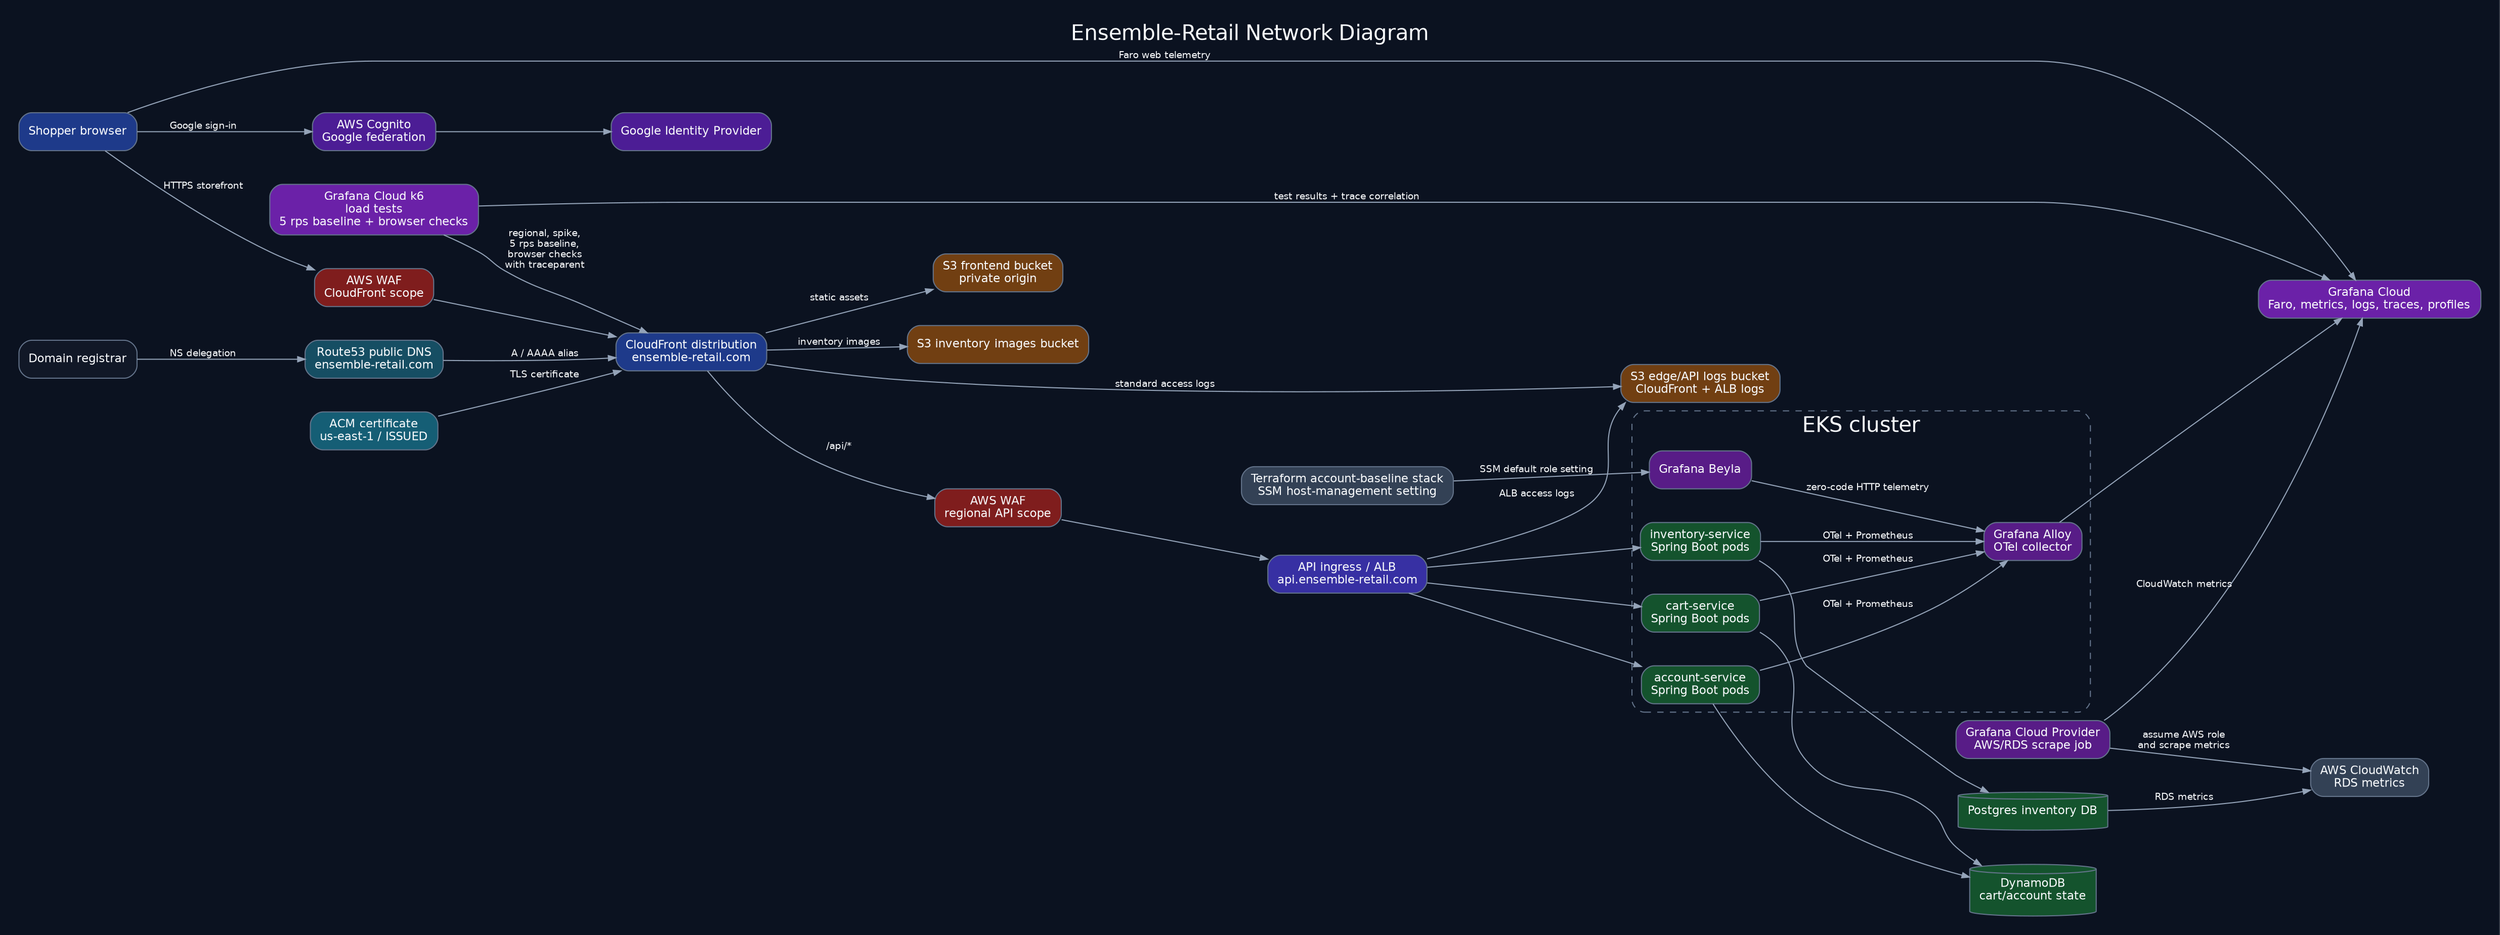
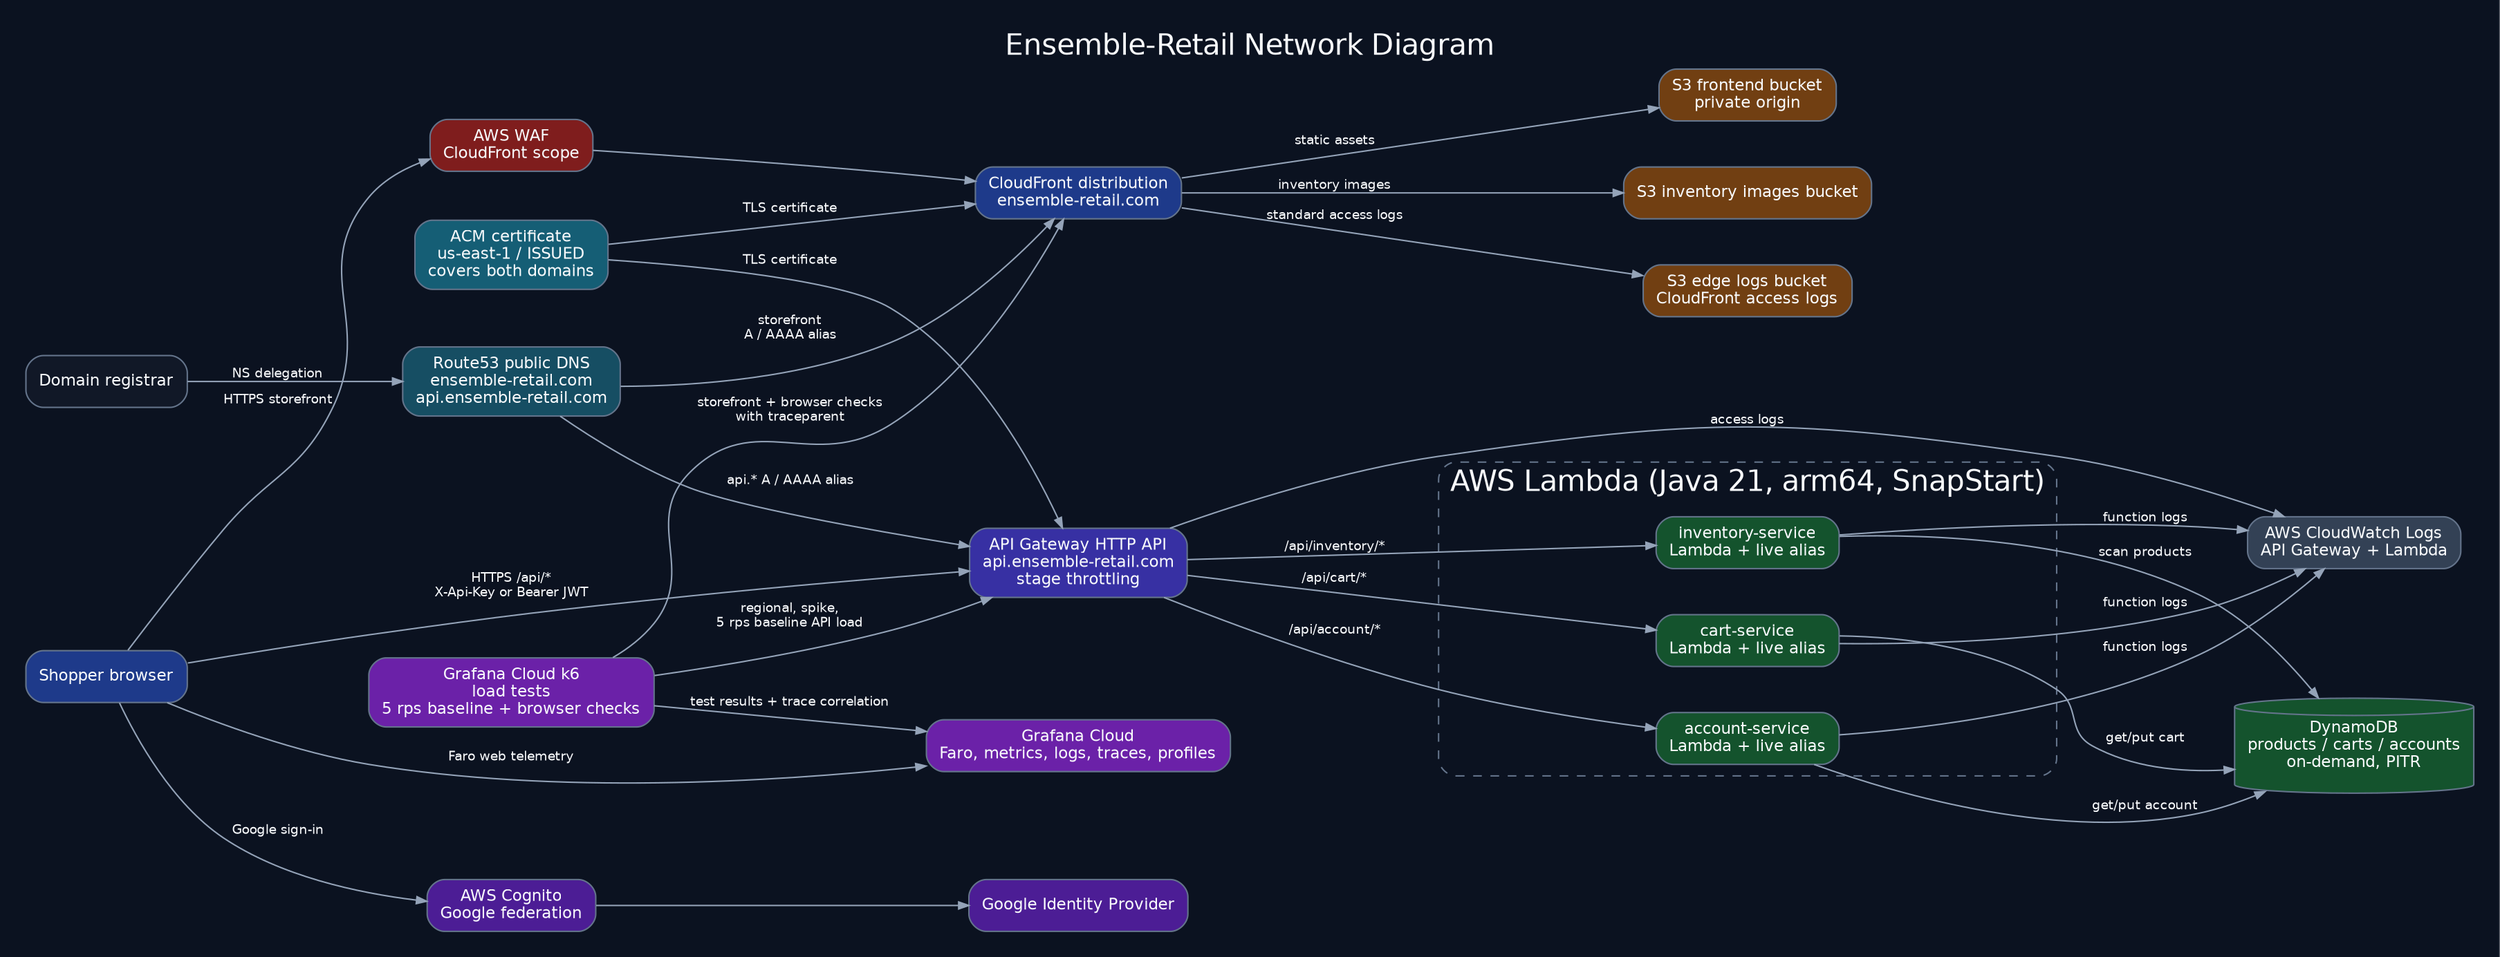
digraph network_diagram {
  rankdir=LR;
  label="Ensemble-Retail Network Diagram";

  graph [
    fontname="Helvetica",
    fontsize=20,
    labelloc=t,
    bgcolor="#0b1220",
    fontcolor="#f8fafc",
    pad=0.25,
    nodesep=0.45,
    ranksep=0.7
  ];
  node [
    shape=box,
    style="rounded,filled",
    fontname="Helvetica",
    fontsize=11,
    color="#64748b",
    fillcolor="#111827",
    fontcolor="#f8fafc",
    margin="0.12,0.08"
  ];
  edge [
    fontname="Helvetica",
    fontsize=9,
    color="#94a3b8",
    fontcolor="#f8fafc",
    arrowsize=0.7
  ];


  shopper [label="Shopper browser", fillcolor="#1e3a8a"];
  registrar [label="Domain registrar"];
-   route53 [label="Route53 public DNS\nensemble-retail.com", fillcolor="#164e63"];
-   acm [label="ACM certificate\nus-east-1 / ISSUED", fillcolor="#155e75"];
+   route53 [label="Route53 public DNS\nensemble-retail.com\napi.ensemble-retail.com", fillcolor="#164e63"];
+   acm [label="ACM certificate\nus-east-1 / ISSUED\ncovers both domains", fillcolor="#155e75"];
  edgeWaf [label="AWS WAF\nCloudFront scope", fillcolor="#7f1d1d"];
  cloudfront [label="CloudFront distribution\nensemble-retail.com", fillcolor="#1e3a8a"];
  staticS3 [label="S3 frontend bucket\nprivate origin", fillcolor="#713f12"];
  imageS3 [label="S3 inventory images bucket", fillcolor="#713f12"];
-   logsS3 [label="S3 edge/API logs bucket\nCloudFront + ALB logs", fillcolor="#713f12"];
-   regionalWaf [label="AWS WAF\nregional API scope", fillcolor="#7f1d1d"];
-   apiAlb [label="API ingress / ALB\napi.ensemble-retail.com", fillcolor="#3730a3"];
+   logsS3 [label="S3 edge logs bucket\nCloudFront access logs", fillcolor="#713f12"];
+   apiGateway [label="API Gateway HTTP API\napi.ensemble-retail.com\nstage throttling", fillcolor="#3730a3"];
  cognito [label="AWS Cognito\nGoogle federation", fillcolor="#4c1d95"];
  google [label="Google Identity Provider", fillcolor="#4c1d95"];
-   postgres [label="Postgres inventory DB", shape=cylinder, fillcolor="#14532d"];
-   dynamodb [label="DynamoDB\ncart/account state", shape=cylinder, fillcolor="#14532d"];
-   cloudwatch [label="AWS CloudWatch\nRDS metrics", fillcolor="#334155"];
-   cloudwatchScrape [label="Grafana Cloud Provider\nAWS/RDS scrape job", fillcolor="#581c87"];
+   dynamodb [label="DynamoDB\nproducts / carts / accounts\non-demand, PITR", shape=cylinder, fillcolor="#14532d"];
+   cwLogs [label="AWS CloudWatch Logs\nAPI Gateway + Lambda", fillcolor="#334155"];
  grafana [label="Grafana Cloud\nFaro, metrics, logs, traces, profiles", fillcolor="#6b21a8"];
  k6 [label="Grafana Cloud k6\nload tests\n5 rps baseline + browser checks", fillcolor="#6b21a8"];
-   accountBaseline [label="Terraform account-baseline stack\nSSM host-management setting", fillcolor="#334155"];

-   subgraph cluster_eks {
-     label="EKS cluster";
+   subgraph cluster_lambda {
+     label="AWS Lambda (Java 21, arm64, SnapStart)";
    color="#64748b";
    fontcolor="#f8fafc";
    style="rounded,dashed";
-     beyla [label="Grafana Beyla", fillcolor="#581c87"];
-     alloy [label="Grafana Alloy\nOTel collector", fillcolor="#581c87"];
-     inventory [label="inventory-service\nSpring Boot pods", fillcolor="#14532d"];
-     cart [label="cart-service\nSpring Boot pods", fillcolor="#14532d"];
-     account [label="account-service\nSpring Boot pods", fillcolor="#14532d"];
+     inventory [label="inventory-service\nLambda + live alias", fillcolor="#14532d"];
+     cart [label="cart-service\nLambda + live alias", fillcolor="#14532d"];
+     account [label="account-service\nLambda + live alias", fillcolor="#14532d"];
  }

  registrar -> route53 [label="NS delegation"];
-   route53 -> cloudfront [label="A / AAAA alias"];
+   route53 -> cloudfront [label="storefront\nA / AAAA alias"];
+   route53 -> apiGateway [label="api.* A / AAAA alias"];
  acm -> cloudfront [label="TLS certificate"];
+   acm -> apiGateway [label="TLS certificate"];
  shopper -> edgeWaf [label="HTTPS storefront"];
  edgeWaf -> cloudfront;
+   shopper -> apiGateway [label="HTTPS /api/*\nX-Api-Key or Bearer JWT"];
  shopper -> cognito [label="Google sign-in"];
  cognito -> google;
  cloudfront -> staticS3 [label="static assets"];
  cloudfront -> imageS3 [label="inventory images"];
  cloudfront -> logsS3 [label="standard access logs"];
-   cloudfront -> regionalWaf [label="/api/*"];
-   regionalWaf -> apiAlb;
-   apiAlb -> logsS3 [label="ALB access logs"];
-   apiAlb -> inventory;
-   apiAlb -> cart;
-   apiAlb -> account;
-   inventory -> postgres;
-   cart -> dynamodb;
-   account -> dynamodb;
-   postgres -> cloudwatch [label="RDS metrics"];
-   cloudwatchScrape -> cloudwatch [label="assume AWS role\nand scrape metrics"];
-   cloudwatchScrape -> grafana [label="CloudWatch metrics"];
+   apiGateway -> inventory [label="/api/inventory/*"];
+   apiGateway -> cart [label="/api/cart/*"];
+   apiGateway -> account [label="/api/account/*"];
+   apiGateway -> cwLogs [label="access logs"];
+   inventory -> dynamodb [label="scan products"];
+   cart -> dynamodb [label="get/put cart"];
+   account -> dynamodb [label="get/put account"];
+   inventory -> cwLogs [label="function logs"];
+   cart -> cwLogs [label="function logs"];
+   account -> cwLogs [label="function logs"];
  shopper -> grafana [label="Faro web telemetry"];
-   accountBaseline -> beyla [label="SSM default role setting"];
-   k6 -> cloudfront [label="regional, spike,\n5 rps baseline,\nbrowser checks\nwith traceparent"];
+   k6 -> cloudfront [label="storefront + browser checks\nwith traceparent"];
+   k6 -> apiGateway [label="regional, spike,\n5 rps baseline API load"];
  k6 -> grafana [label="test results + trace correlation"];
-   beyla -> alloy [label="zero-code HTTP telemetry"];
-   inventory -> alloy [label="OTel + Prometheus"];
-   cart -> alloy [label="OTel + Prometheus"];
-   account -> alloy [label="OTel + Prometheus"];
-   alloy -> grafana;
}
